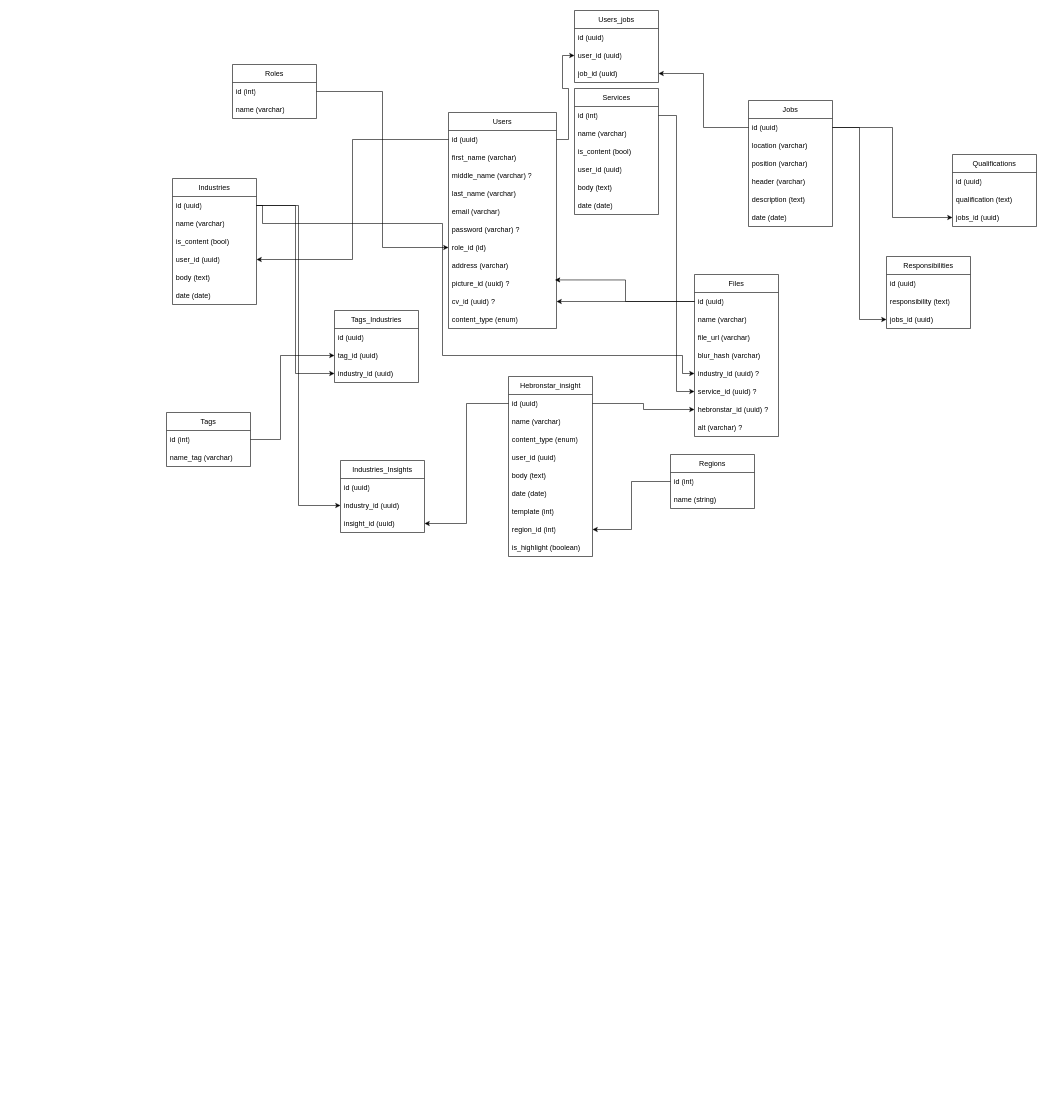
Earlier version of the draw.io diagram Untitled Diagram.drawio (rvldodo/flowchart). Source tidied: cells renumbered, new cells numbered last; positions are measured from the earlier drawing's top-left corner, leaving out a move shared by most shapes. Both pictures are drawn from the tidied source at 60%, with x=0, y=0 at pixel (166, 10).
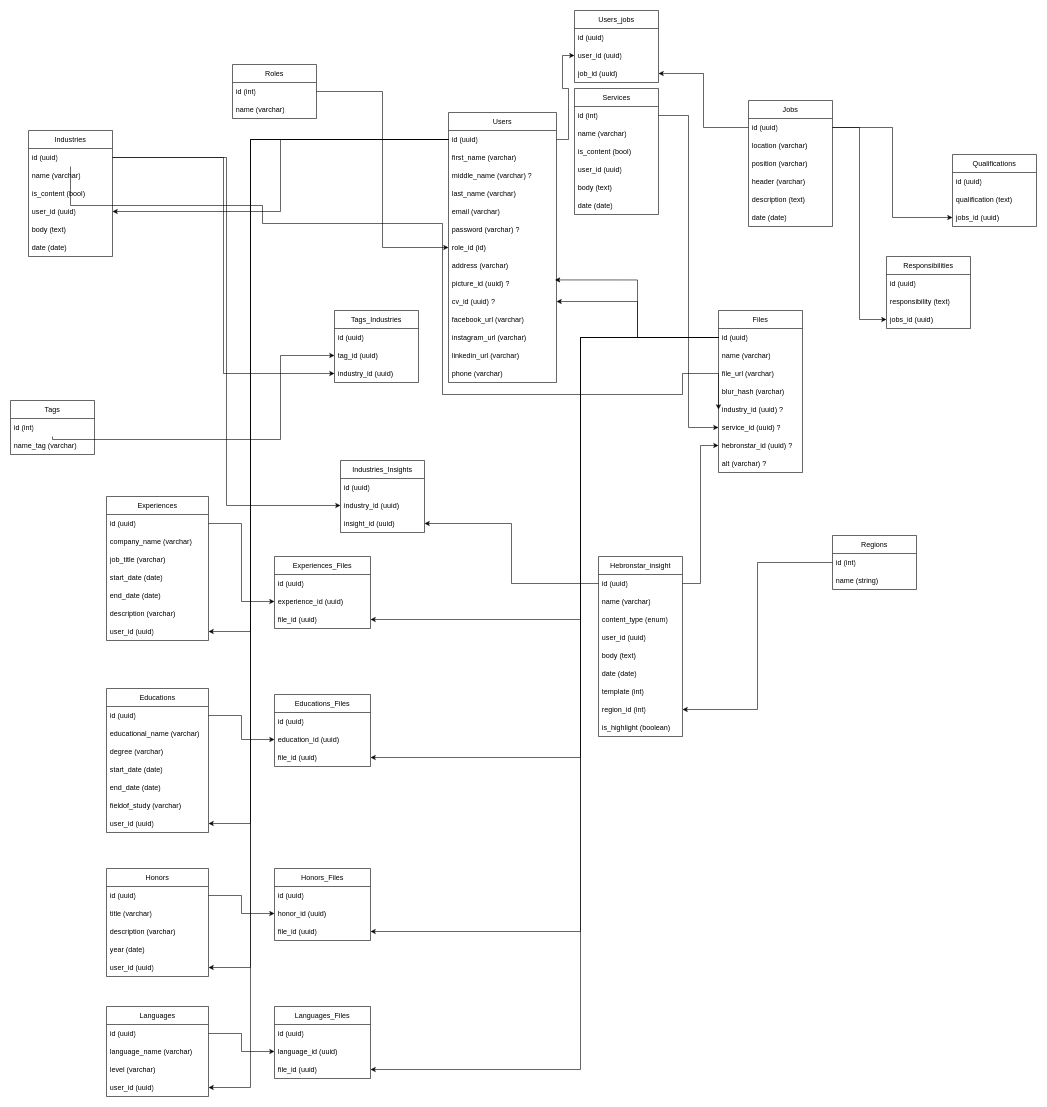
The same page after the edit.

The change refers to these unchanged cells:
```xml
<mxCell id="6" value="id (uuid)" style="text;strokeColor=none;fillColor=none;align=left;verticalAlign=middle;spacingLeft=4;spacingRight=4;overflow=hidden;points=[[0,0.5],[1,0.5]];portConstraint=eastwest;whiteSpace=wrap;html=1;" parent="5" vertex="1">
  <mxGeometry y="30" width="180" height="30" as="geometry" />
</mxCell>
<mxCell id="19" value="id (uuid)" style="text;strokeColor=none;fillColor=none;align=left;verticalAlign=middle;spacingLeft=4;spacingRight=4;overflow=hidden;points=[[0,0.5],[1,0.5]];portConstraint=eastwest;whiteSpace=wrap;html=1;" parent="18" vertex="1">
  <mxGeometry y="30" width="140" height="30" as="geometry" />
</mxCell>
<mxCell id="23" value="industry_id (uuid) ?" style="text;strokeColor=none;fillColor=none;align=left;verticalAlign=middle;spacingLeft=4;spacingRight=4;overflow=hidden;points=[[0,0.5],[1,0.5]];portConstraint=eastwest;whiteSpace=wrap;html=1;" parent="18" vertex="1">
  <mxGeometry y="150" width="140" height="30" as="geometry" />
</mxCell>
<mxCell id="30" value="id (uuid)" style="text;strokeColor=none;fillColor=none;align=left;verticalAlign=middle;spacingLeft=4;spacingRight=4;overflow=hidden;points=[[0,0.5],[1,0.5]];portConstraint=eastwest;whiteSpace=wrap;html=1;" parent="29" vertex="1">
  <mxGeometry y="30" width="140" height="30" as="geometry" />
</mxCell>
```

Diff of the diagram source:
```diff
@@
     <mxCell id="5" value="Users" style="swimlane;fontStyle=0;horizontal=1;startSize=30;whiteSpace=wrap;html=1;" parent="1" vertex="1">
-      <mxGeometry x="470" y="170" width="180" height="360" as="geometry" />
+      <mxGeometry x="470" y="170" width="180" height="450" as="geometry" />
     </mxCell>
@@
-    <mxCell id="16" value="content_type (enum)" style="text;strokeColor=none;fillColor=none;align=left;verticalAlign=middle;spacingLeft=4;spacingRight=4;overflow=hidden;whiteSpace=wrap;html=1;" parent="5" vertex="1">
-      <mxGeometry y="330" width="180" height="30" as="geometry" />
-    </mxCell>
+    <mxCell id="99" value="facebook_url (varchar)" style="text;strokeColor=none;fillColor=none;align=left;verticalAlign=middle;spacingLeft=4;spacingRight=4;overflow=hidden;whiteSpace=wrap;html=1;" parent="5" vertex="1">
+      <mxGeometry y="330" width="180" height="30" as="geometry" />
+    </mxCell>
+    <mxCell id="100" value="instagram_url (varchar)" style="text;strokeColor=none;fillColor=none;align=left;verticalAlign=middle;spacingLeft=4;spacingRight=4;overflow=hidden;whiteSpace=wrap;html=1;" parent="5" vertex="1">
+      <mxGeometry y="360" width="180" height="30" as="geometry" />
+    </mxCell>
+    <mxCell id="101" value="linkedin_url (varchar)" style="text;strokeColor=none;fillColor=none;align=left;verticalAlign=middle;spacingLeft=4;spacingRight=4;overflow=hidden;whiteSpace=wrap;html=1;" parent="5" vertex="1">
+      <mxGeometry y="390" width="180" height="30" as="geometry" />
+    </mxCell>
+    <mxCell id="102" value="phone (varchar)" style="text;strokeColor=none;fillColor=none;align=left;verticalAlign=middle;spacingLeft=4;spacingRight=4;overflow=hidden;whiteSpace=wrap;html=1;" parent="5" vertex="1">
+      <mxGeometry y="420" width="180" height="30" as="geometry" />
+    </mxCell>
@@
     <mxCell id="18" value="Files" style="swimlane;fontStyle=0;horizontal=1;startSize=30;whiteSpace=wrap;html=1;" parent="1" vertex="1">
-      <mxGeometry x="880" y="440" width="140" height="270" as="geometry" />
+      <mxGeometry x="920" y="500" width="140" height="270" as="geometry" />
     </mxCell>
@@
     <mxCell id="29" value="Industries" style="swimlane;fontStyle=0;horizontal=1;startSize=30;whiteSpace=wrap;html=1;" parent="1" vertex="1">
-      <mxGeometry x="10" y="280" width="140" height="210" as="geometry" />
+      <mxGeometry x="-230" y="200" width="140" height="210" as="geometry" />
     </mxCell>
@@
     <mxCell id="37" style="edgeStyle=orthogonalEdgeStyle;rounded=0;jettySize=auto;html=1;entryX=0;entryY=0.5;entryDx=0;entryDy=0;" parent="1" edge="1" source="30" target="23">
       <mxGeometry relative="1" as="geometry">
         <Array as="points">
           <mxPoint x="160" y="325" />
           <mxPoint x="160" y="355" />
           <mxPoint x="460" y="355" />
-          <mxPoint x="460" y="575" />
-          <mxPoint x="860" y="575" />
+          <mxPoint x="460" y="640" />
+          <mxPoint x="860" y="640" />
           <mxPoint x="860" y="605" />
         </Array>
       </mxGeometry>
     </mxCell>
@@
     <mxCell id="46" value="Hebronstar_insight" style="swimlane;fontStyle=0;horizontal=1;startSize=30;whiteSpace=wrap;html=1;" parent="1" vertex="1">
-      <mxGeometry x="570" y="610" width="140" height="300" as="geometry" />
+      <mxGeometry x="720" y="910" width="140" height="300" as="geometry" />
     </mxCell>
@@
     <mxCell id="80" value="Tags" style="swimlane;fontStyle=0;horizontal=1;startSize=30;whiteSpace=wrap;html=1;" parent="1" vertex="1">
-      <mxGeometry y="670" width="140" height="90" as="geometry" />
+      <mxGeometry x="-260" y="650" width="140" height="90" as="geometry" />
     </mxCell>
@@
     <mxCell id="95" value="Regions" style="swimlane;fontStyle=0;horizontal=1;startSize=30;whiteSpace=wrap;html=1;" parent="1" vertex="1">
-      <mxGeometry x="840" y="740" width="140" height="90" as="geometry" />
+      <mxGeometry x="1110" y="875" width="140" height="90" as="geometry" />
     </mxCell>
@@
+    <mxCell id="103" value="Experiences" style="swimlane;fontStyle=0;horizontal=1;startSize=30;whiteSpace=wrap;html=1;" parent="1" vertex="1">
+      <mxGeometry x="-100" y="810" width="170" height="240" as="geometry" />
+    </mxCell>
+    <mxCell id="104" value="id (uuid)" style="text;strokeColor=none;fillColor=none;align=left;verticalAlign=middle;spacingLeft=4;spacingRight=4;overflow=hidden;points=[[0,0.5],[1,0.5]];portConstraint=eastwest;whiteSpace=wrap;html=1;" parent="103" vertex="1">
+      <mxGeometry y="30" width="170" height="30" as="geometry" />
+    </mxCell>
+    <mxCell id="105" value="company_name (varchar)" style="text;strokeColor=none;fillColor=none;align=left;verticalAlign=middle;spacingLeft=4;spacingRight=4;overflow=hidden;whiteSpace=wrap;html=1;" parent="103" vertex="1">
+      <mxGeometry y="60" width="170" height="30" as="geometry" />
+    </mxCell>
+    <mxCell id="106" value="job_title (varchar)" style="text;strokeColor=none;fillColor=none;align=left;verticalAlign=middle;spacingLeft=4;spacingRight=4;overflow=hidden;whiteSpace=wrap;html=1;" parent="103" vertex="1">
+      <mxGeometry y="90" width="170" height="30" as="geometry" />
+    </mxCell>
+    <mxCell id="107" value="start_date (date)" style="text;strokeColor=none;fillColor=none;align=left;verticalAlign=middle;spacingLeft=4;spacingRight=4;overflow=hidden;whiteSpace=wrap;html=1;" parent="103" vertex="1">
+      <mxGeometry y="120" width="170" height="30" as="geometry" />
+    </mxCell>
+    <mxCell id="108" value="end_date (date)" style="text;strokeColor=none;fillColor=none;align=left;verticalAlign=middle;spacingLeft=4;spacingRight=4;overflow=hidden;whiteSpace=wrap;html=1;" parent="103" vertex="1">
+      <mxGeometry y="150" width="170" height="30" as="geometry" />
+    </mxCell>
+    <mxCell id="109" value="description (varchar)" style="text;strokeColor=none;fillColor=none;align=left;verticalAlign=middle;spacingLeft=4;spacingRight=4;overflow=hidden;whiteSpace=wrap;html=1;" parent="103" vertex="1">
+      <mxGeometry y="180" width="170" height="30" as="geometry" />
+    </mxCell>
+    <mxCell id="110" value="user_id (uuid)" style="text;strokeColor=none;fillColor=none;align=left;verticalAlign=middle;spacingLeft=4;spacingRight=4;overflow=hidden;points=[[0,0.5],[1,0.5]];portConstraint=eastwest;whiteSpace=wrap;html=1;" parent="103" vertex="1">
+      <mxGeometry y="210" width="170" height="30" as="geometry" />
+    </mxCell>
+    <mxCell id="111" value="Educations" style="swimlane;fontStyle=0;horizontal=1;startSize=30;whiteSpace=wrap;html=1;" parent="1" vertex="1">
+      <mxGeometry x="-100" y="1130" width="170" height="240" as="geometry" />
+    </mxCell>
+    <mxCell id="112" value="id (uuid)" style="text;strokeColor=none;fillColor=none;align=left;verticalAlign=middle;spacingLeft=4;spacingRight=4;overflow=hidden;points=[[0,0.5],[1,0.5]];portConstraint=eastwest;whiteSpace=wrap;html=1;" parent="111" vertex="1">
+      <mxGeometry y="30" width="170" height="30" as="geometry" />
+    </mxCell>
+    <mxCell id="113" value="educational_name (varchar)" style="text;strokeColor=none;fillColor=none;align=left;verticalAlign=middle;spacingLeft=4;spacingRight=4;overflow=hidden;whiteSpace=wrap;html=1;" parent="111" vertex="1">
+      <mxGeometry y="60" width="170" height="30" as="geometry" />
+    </mxCell>
+    <mxCell id="114" value="degree (varchar)" style="text;strokeColor=none;fillColor=none;align=left;verticalAlign=middle;spacingLeft=4;spacingRight=4;overflow=hidden;whiteSpace=wrap;html=1;" parent="111" vertex="1">
+      <mxGeometry y="90" width="170" height="30" as="geometry" />
+    </mxCell>
+    <mxCell id="115" value="start_date (date)" style="text;strokeColor=none;fillColor=none;align=left;verticalAlign=middle;spacingLeft=4;spacingRight=4;overflow=hidden;whiteSpace=wrap;html=1;" parent="111" vertex="1">
+      <mxGeometry y="120" width="170" height="30" as="geometry" />
+    </mxCell>
+    <mxCell id="116" value="end_date (date)" style="text;strokeColor=none;fillColor=none;align=left;verticalAlign=middle;spacingLeft=4;spacingRight=4;overflow=hidden;whiteSpace=wrap;html=1;" parent="111" vertex="1">
+      <mxGeometry y="150" width="170" height="30" as="geometry" />
+    </mxCell>
+    <mxCell id="117" value="fieldof_study (varchar)" style="text;strokeColor=none;fillColor=none;align=left;verticalAlign=middle;spacingLeft=4;spacingRight=4;overflow=hidden;whiteSpace=wrap;html=1;" parent="111" vertex="1">
+      <mxGeometry y="180" width="170" height="30" as="geometry" />
+    </mxCell>
+    <mxCell id="118" value="user_id (uuid)" style="text;strokeColor=none;fillColor=none;align=left;verticalAlign=middle;spacingLeft=4;spacingRight=4;overflow=hidden;points=[[0,0.5],[1,0.5]];portConstraint=eastwest;whiteSpace=wrap;html=1;" parent="111" vertex="1">
+      <mxGeometry y="210" width="170" height="30" as="geometry" />
+    </mxCell>
+    <mxCell id="119" value="Honors" style="swimlane;fontStyle=0;horizontal=1;startSize=30;whiteSpace=wrap;html=1;" parent="1" vertex="1">
+      <mxGeometry x="-100" y="1430" width="170" height="180" as="geometry" />
+    </mxCell>
+    <mxCell id="120" value="id (uuid)" style="text;strokeColor=none;fillColor=none;align=left;verticalAlign=middle;spacingLeft=4;spacingRight=4;overflow=hidden;points=[[0,0.5],[1,0.5]];portConstraint=eastwest;whiteSpace=wrap;html=1;" parent="119" vertex="1">
+      <mxGeometry y="30" width="170" height="30" as="geometry" />
+    </mxCell>
+    <mxCell id="121" value="title (varchar)" style="text;strokeColor=none;fillColor=none;align=left;verticalAlign=middle;spacingLeft=4;spacingRight=4;overflow=hidden;whiteSpace=wrap;html=1;" parent="119" vertex="1">
+      <mxGeometry y="60" width="170" height="30" as="geometry" />
+    </mxCell>
+    <mxCell id="122" value="description (varchar)" style="text;strokeColor=none;fillColor=none;align=left;verticalAlign=middle;spacingLeft=4;spacingRight=4;overflow=hidden;whiteSpace=wrap;html=1;" parent="119" vertex="1">
+      <mxGeometry y="90" width="170" height="30" as="geometry" />
+    </mxCell>
+    <mxCell id="123" value="year (date)" style="text;strokeColor=none;fillColor=none;align=left;verticalAlign=middle;spacingLeft=4;spacingRight=4;overflow=hidden;whiteSpace=wrap;html=1;" parent="119" vertex="1">
+      <mxGeometry y="120" width="170" height="30" as="geometry" />
+    </mxCell>
+    <mxCell id="124" value="user_id (uuid)" style="text;strokeColor=none;fillColor=none;align=left;verticalAlign=middle;spacingLeft=4;spacingRight=4;overflow=hidden;points=[[0,0.5],[1,0.5]];portConstraint=eastwest;whiteSpace=wrap;html=1;" parent="119" vertex="1">
+      <mxGeometry y="150" width="170" height="30" as="geometry" />
+    </mxCell>
+    <mxCell id="125" value="Languages" style="swimlane;fontStyle=0;horizontal=1;startSize=30;whiteSpace=wrap;html=1;" parent="1" vertex="1">
+      <mxGeometry x="-100" y="1660" width="170" height="150" as="geometry" />
+    </mxCell>
+    <mxCell id="126" value="id (uuid)" style="text;strokeColor=none;fillColor=none;align=left;verticalAlign=middle;spacingLeft=4;spacingRight=4;overflow=hidden;points=[[0,0.5],[1,0.5]];portConstraint=eastwest;whiteSpace=wrap;html=1;" parent="125" vertex="1">
+      <mxGeometry y="30" width="170" height="30" as="geometry" />
+    </mxCell>
+    <mxCell id="127" value="language_name (varchar)" style="text;strokeColor=none;fillColor=none;align=left;verticalAlign=middle;spacingLeft=4;spacingRight=4;overflow=hidden;whiteSpace=wrap;html=1;" parent="125" vertex="1">
+      <mxGeometry y="60" width="170" height="30" as="geometry" />
+    </mxCell>
+    <mxCell id="128" value="level (varchar)" style="text;strokeColor=none;fillColor=none;align=left;verticalAlign=middle;spacingLeft=4;spacingRight=4;overflow=hidden;whiteSpace=wrap;html=1;" parent="125" vertex="1">
+      <mxGeometry y="90" width="170" height="30" as="geometry" />
+    </mxCell>
+    <mxCell id="129" value="user_id (uuid)" style="text;strokeColor=none;fillColor=none;align=left;verticalAlign=middle;spacingLeft=4;spacingRight=4;overflow=hidden;points=[[0,0.5],[1,0.5]];portConstraint=eastwest;whiteSpace=wrap;html=1;" parent="125" vertex="1">
+      <mxGeometry y="120" width="170" height="30" as="geometry" />
+    </mxCell>
+    <mxCell id="130" value="Experiences_Files" style="swimlane;fontStyle=0;horizontal=1;startSize=30;whiteSpace=wrap;html=1;" parent="1" vertex="1">
+      <mxGeometry x="180" y="910" width="160" height="120" as="geometry" />
+    </mxCell>
+    <mxCell id="131" value="id (uuid)" style="text;strokeColor=none;fillColor=none;align=left;verticalAlign=middle;spacingLeft=4;spacingRight=4;overflow=hidden;whiteSpace=wrap;html=1;" parent="130" vertex="1">
+      <mxGeometry y="30" width="160" height="30" as="geometry" />
+    </mxCell>
+    <mxCell id="132" value="experience_id (uuid)" style="text;strokeColor=none;fillColor=none;align=left;verticalAlign=middle;spacingLeft=4;spacingRight=4;overflow=hidden;points=[[0,0.5],[1,0.5]];portConstraint=eastwest;whiteSpace=wrap;html=1;" parent="130" vertex="1">
+      <mxGeometry y="60" width="160" height="30" as="geometry" />
+    </mxCell>
+    <mxCell id="133" value="file_id (uuid)" style="text;strokeColor=none;fillColor=none;align=left;verticalAlign=middle;spacingLeft=4;spacingRight=4;overflow=hidden;points=[[0,0.5],[1,0.5]];portConstraint=eastwest;whiteSpace=wrap;html=1;" parent="130" vertex="1">
+      <mxGeometry y="90" width="160" height="30" as="geometry" />
+    </mxCell>
+    <mxCell id="134" value="Educations_Files" style="swimlane;fontStyle=0;horizontal=1;startSize=30;whiteSpace=wrap;html=1;" parent="1" vertex="1">
+      <mxGeometry x="180" y="1140" width="160" height="120" as="geometry" />
+    </mxCell>
+    <mxCell id="135" value="id (uuid)" style="text;strokeColor=none;fillColor=none;align=left;verticalAlign=middle;spacingLeft=4;spacingRight=4;overflow=hidden;whiteSpace=wrap;html=1;" parent="134" vertex="1">
+      <mxGeometry y="30" width="160" height="30" as="geometry" />
+    </mxCell>
+    <mxCell id="136" value="education_id (uuid)" style="text;strokeColor=none;fillColor=none;align=left;verticalAlign=middle;spacingLeft=4;spacingRight=4;overflow=hidden;points=[[0,0.5],[1,0.5]];portConstraint=eastwest;whiteSpace=wrap;html=1;" parent="134" vertex="1">
+      <mxGeometry y="60" width="160" height="30" as="geometry" />
+    </mxCell>
+    <mxCell id="137" value="file_id (uuid)" style="text;strokeColor=none;fillColor=none;align=left;verticalAlign=middle;spacingLeft=4;spacingRight=4;overflow=hidden;points=[[0,0.5],[1,0.5]];portConstraint=eastwest;whiteSpace=wrap;html=1;" parent="134" vertex="1">
+      <mxGeometry y="90" width="160" height="30" as="geometry" />
+    </mxCell>
+    <mxCell id="138" value="Honors_Files" style="swimlane;fontStyle=0;horizontal=1;startSize=30;whiteSpace=wrap;html=1;" parent="1" vertex="1">
+      <mxGeometry x="180" y="1430" width="160" height="120" as="geometry" />
+    </mxCell>
+    <mxCell id="139" value="id (uuid)" style="text;strokeColor=none;fillColor=none;align=left;verticalAlign=middle;spacingLeft=4;spacingRight=4;overflow=hidden;whiteSpace=wrap;html=1;" parent="138" vertex="1">
+      <mxGeometry y="30" width="160" height="30" as="geometry" />
+    </mxCell>
+    <mxCell id="140" value="honor_id (uuid)" style="text;strokeColor=none;fillColor=none;align=left;verticalAlign=middle;spacingLeft=4;spacingRight=4;overflow=hidden;points=[[0,0.5],[1,0.5]];portConstraint=eastwest;whiteSpace=wrap;html=1;" parent="138" vertex="1">
+      <mxGeometry y="60" width="160" height="30" as="geometry" />
+    </mxCell>
+    <mxCell id="141" value="file_id (uuid)" style="text;strokeColor=none;fillColor=none;align=left;verticalAlign=middle;spacingLeft=4;spacingRight=4;overflow=hidden;points=[[0,0.5],[1,0.5]];portConstraint=eastwest;whiteSpace=wrap;html=1;" parent="138" vertex="1">
+      <mxGeometry y="90" width="160" height="30" as="geometry" />
+    </mxCell>
+    <mxCell id="142" value="Languages_Files" style="swimlane;fontStyle=0;horizontal=1;startSize=30;whiteSpace=wrap;html=1;" parent="1" vertex="1">
+      <mxGeometry x="180" y="1660" width="160" height="120" as="geometry" />
+    </mxCell>
+    <mxCell id="143" value="id (uuid)" style="text;strokeColor=none;fillColor=none;align=left;verticalAlign=middle;spacingLeft=4;spacingRight=4;overflow=hidden;whiteSpace=wrap;html=1;" parent="142" vertex="1">
+      <mxGeometry y="30" width="160" height="30" as="geometry" />
+    </mxCell>
+    <mxCell id="144" value="language_id (uuid)" style="text;strokeColor=none;fillColor=none;align=left;verticalAlign=middle;spacingLeft=4;spacingRight=4;overflow=hidden;points=[[0,0.5],[1,0.5]];portConstraint=eastwest;whiteSpace=wrap;html=1;" parent="142" vertex="1">
+      <mxGeometry y="60" width="160" height="30" as="geometry" />
+    </mxCell>
+    <mxCell id="145" value="file_id (uuid)" style="text;strokeColor=none;fillColor=none;align=left;verticalAlign=middle;spacingLeft=4;spacingRight=4;overflow=hidden;points=[[0,0.5],[1,0.5]];portConstraint=eastwest;whiteSpace=wrap;html=1;" parent="142" vertex="1">
+      <mxGeometry y="90" width="160" height="30" as="geometry" />
+    </mxCell>
+    <mxCell id="146" style="edgeStyle=orthogonalEdgeStyle;rounded=0;jettySize=auto;html=1;" parent="1" edge="1" source="6" target="110">
+      <mxGeometry relative="1" as="geometry">
+        <Array as="points">
+          <mxPoint x="140" y="215" />
+          <mxPoint x="140" y="1035" />
+        </Array>
+      </mxGeometry>
+    </mxCell>
+    <mxCell id="147" style="edgeStyle=orthogonalEdgeStyle;rounded=0;jettySize=auto;html=1;" parent="1" edge="1" source="6" target="118">
+      <mxGeometry relative="1" as="geometry">
+        <Array as="points">
+          <mxPoint x="140" y="215" />
+          <mxPoint x="140" y="1355" />
+        </Array>
+      </mxGeometry>
+    </mxCell>
+    <mxCell id="148" style="edgeStyle=orthogonalEdgeStyle;rounded=0;jettySize=auto;html=1;" parent="1" edge="1" source="6" target="124">
+      <mxGeometry relative="1" as="geometry">
+        <Array as="points">
+          <mxPoint x="140" y="215" />
+          <mxPoint x="140" y="1595" />
+        </Array>
+      </mxGeometry>
+    </mxCell>
+    <mxCell id="149" style="edgeStyle=orthogonalEdgeStyle;rounded=0;jettySize=auto;html=1;" parent="1" edge="1" source="6" target="129">
+      <mxGeometry relative="1" as="geometry">
+        <Array as="points">
+          <mxPoint x="140" y="215" />
+          <mxPoint x="140" y="1795" />
+        </Array>
+      </mxGeometry>
+    </mxCell>
+    <mxCell id="150" style="edgeStyle=orthogonalEdgeStyle;rounded=0;jettySize=auto;html=1;" parent="1" edge="1" source="104" target="132">
+      <mxGeometry relative="1" as="geometry" />
+    </mxCell>
+    <mxCell id="151" style="edgeStyle=orthogonalEdgeStyle;rounded=0;jettySize=auto;html=1;" parent="1" edge="1" source="112" target="136">
+      <mxGeometry relative="1" as="geometry" />
+    </mxCell>
+    <mxCell id="152" style="edgeStyle=orthogonalEdgeStyle;rounded=0;jettySize=auto;html=1;" parent="1" edge="1" source="120" target="140">
+      <mxGeometry relative="1" as="geometry" />
+    </mxCell>
+    <mxCell id="153" style="edgeStyle=orthogonalEdgeStyle;rounded=0;jettySize=auto;html=1;" parent="1" edge="1" source="126" target="144">
+      <mxGeometry relative="1" as="geometry" />
+    </mxCell>
+    <mxCell id="154" style="edgeStyle=orthogonalEdgeStyle;rounded=0;jettySize=auto;html=1;" parent="1" edge="1" source="19" target="133">
+      <mxGeometry relative="1" as="geometry">
+        <Array as="points">
+          <mxPoint x="690" y="545" />
+          <mxPoint x="690" y="1015" />
+        </Array>
+      </mxGeometry>
+    </mxCell>
+    <mxCell id="155" style="edgeStyle=orthogonalEdgeStyle;rounded=0;jettySize=auto;html=1;" parent="1" edge="1" source="19" target="137">
+      <mxGeometry relative="1" as="geometry">
+        <Array as="points">
+          <mxPoint x="690" y="545" />
+          <mxPoint x="690" y="1245" />
+        </Array>
+      </mxGeometry>
+    </mxCell>
+    <mxCell id="156" style="edgeStyle=orthogonalEdgeStyle;rounded=0;jettySize=auto;html=1;" parent="1" edge="1" source="19" target="141">
+      <mxGeometry relative="1" as="geometry">
+        <Array as="points">
+          <mxPoint x="690" y="545" />
+          <mxPoint x="690" y="1535" />
+        </Array>
+      </mxGeometry>
+    </mxCell>
+    <mxCell id="157" style="edgeStyle=orthogonalEdgeStyle;rounded=0;jettySize=auto;html=1;" parent="1" edge="1" source="19" target="145">
+      <mxGeometry relative="1" as="geometry">
+        <Array as="points">
+          <mxPoint x="690" y="545" />
+          <mxPoint x="690" y="1765" />
+        </Array>
+      </mxGeometry>
+    </mxCell>
```
